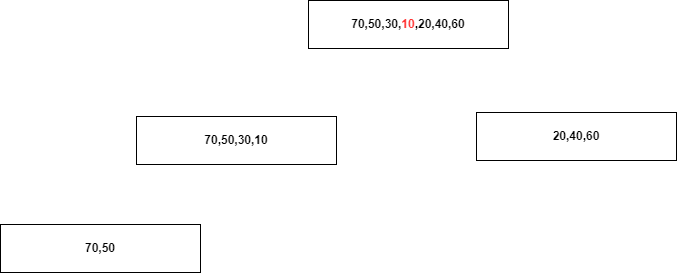
Above: 归并算法.drawio.png in wjb0823/drawio (draw.io), before the change. Source tidied: cells renumbered, new cells last; positions are measured from the earlier drawing's top-left corner, leaving out a move shared by most shapes.
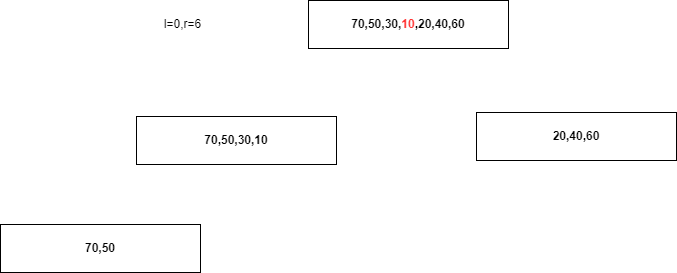
The same file after the commit.

Commit message:
更新归并算法.drawio.png

Diff of the diagram source:
```diff
@@ -14,5 +14,8 @@
     <mxCell id="5" value="&lt;b&gt;70,50&lt;/b&gt;" style="rounded=0;whiteSpace=wrap;html=1;" parent="1" vertex="1">
       <mxGeometry y="224" width="200" height="48" as="geometry" />
     </mxCell>
+    <mxCell id="6" value="l=0,r=6" style="text;html=1;align=center;verticalAlign=middle;strokeColor=none;fillColor=none;" parent="1" vertex="1">
+      <mxGeometry x="152" y="10" width="60" height="28" as="geometry" />
+    </mxCell>
   </root>
 </mxGraphModel>
```
